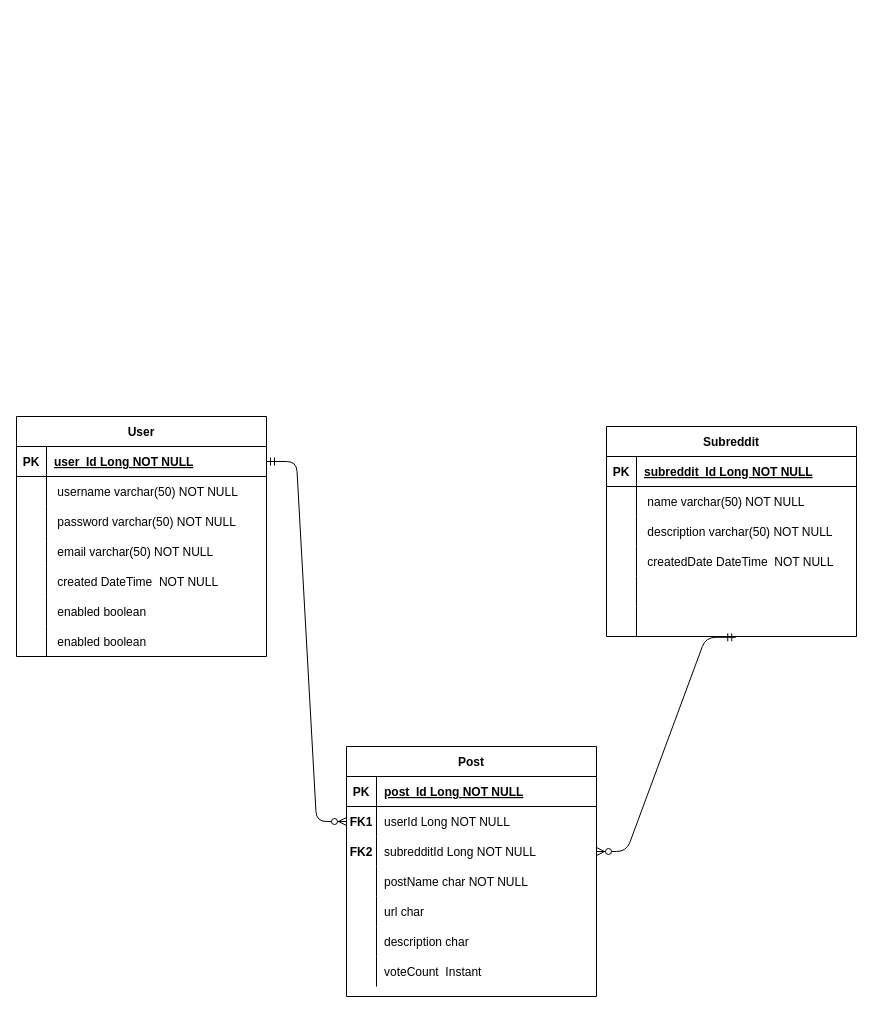
The draw.io diagram Database Design.drawio in sasikumar6795/RedditClone, before the edit. Source tidied: cells renumbered, new cells numbered last; positions are measured from the earlier drawing's top-left corner, leaving out a move shared by most shapes. Both pictures are drawn from the tidied source at 100%, with x=0, y=0 at pixel (16, 416).
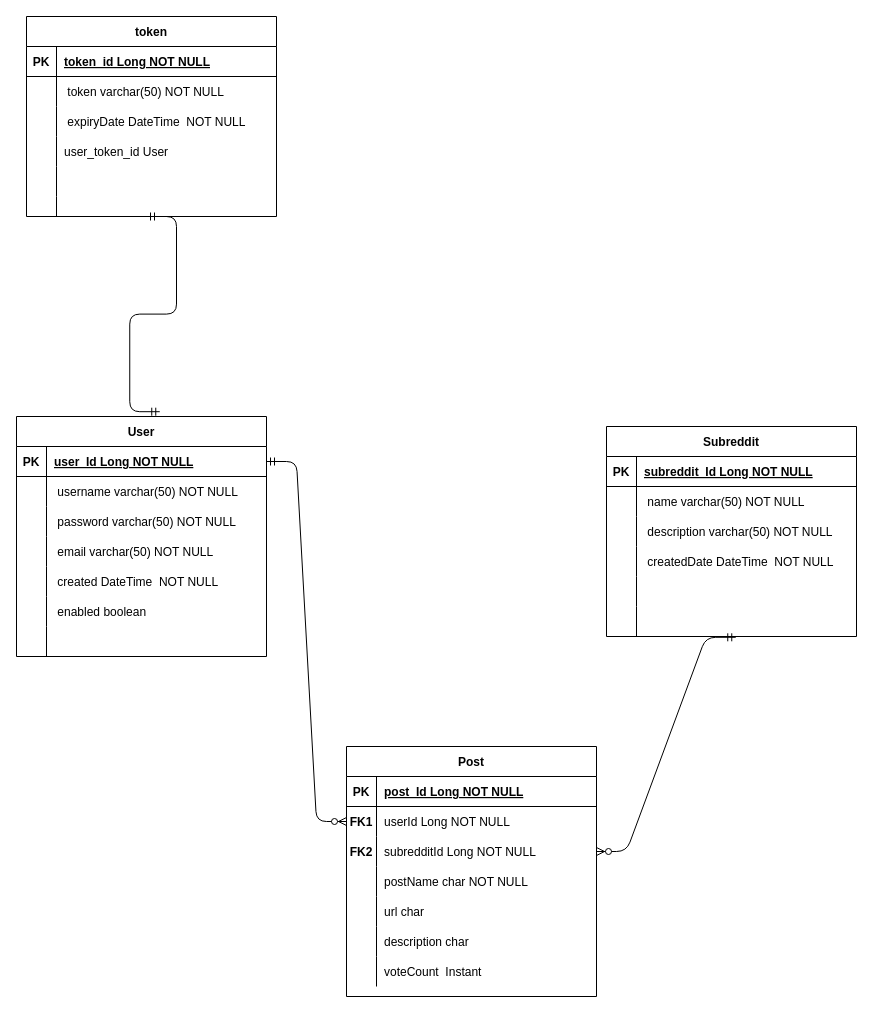
The same diagram, later.

Commit message (it also covers changes not shown here):
Model- token, vote

Unchanged cells that the change refers to:
```xml
<mxCell id="25" value="User" style="shape=table;startSize=30;childLayout=tableLayout;rowLines=0;fontStyle=1;align=center;" parent="1" vertex="1">
  <mxGeometry width="250" height="240" as="geometry" />
</mxCell>
<mxCell id="44" style="shape=partialRectangle;fillColor=none;top=0;left=0;right=0;bottom=0;" parent="25" vertex="1">
  <mxGeometry y="210" width="250" height="30" as="geometry" />
</mxCell>
```

Diff of the diagram source:
```diff
@@
-    <mxCell id="46" value=" enabled boolean  " style="shape=partialRectangle;overflow=hidden;fillColor=none;top=0;left=0;bottom=0;right=0;align=left;spacingLeft=6;" parent="44" vertex="1">
+    <mxCell id="46" style="shape=partialRectangle;overflow=hidden;fillColor=none;top=0;left=0;bottom=0;right=0;align=left;spacingLeft=6;" parent="44" vertex="1">
       <mxGeometry x="30" width="220" height="30" as="geometry" />
     </mxCell>
@@
+    <mxCell id="67" value="token" style="shape=table;startSize=30;childLayout=tableLayout;rowLines=0;fontStyle=1;align=center;" parent="1" vertex="1">
+      <mxGeometry x="10" y="-400" width="250" height="200" as="geometry" />
+    </mxCell>
+    <mxCell id="68" style="shape=partialRectangle;fillColor=none;top=0;left=0;right=0;bottom=1;" parent="67" vertex="1">
+      <mxGeometry y="30" width="250" height="30" as="geometry" />
+    </mxCell>
+    <mxCell id="69" value="PK" style="shape=partialRectangle;overflow=hidden;fillColor=none;top=0;left=0;bottom=0;right=0;fontStyle=1;" parent="68" vertex="1">
+      <mxGeometry width="30" height="30" as="geometry" />
+    </mxCell>
+    <mxCell id="70" value="token_id Long NOT NULL " style="shape=partialRectangle;overflow=hidden;fillColor=none;top=0;left=0;bottom=0;right=0;align=left;spacingLeft=6;fontStyle=5;" parent="68" vertex="1">
+      <mxGeometry x="30" width="220" height="30" as="geometry" />
+    </mxCell>
+    <mxCell id="71" style="shape=partialRectangle;fillColor=none;top=0;left=0;right=0;bottom=0;" parent="67" vertex="1">
+      <mxGeometry y="60" width="250" height="30" as="geometry" />
+    </mxCell>
+    <mxCell id="72" style="shape=partialRectangle;overflow=hidden;fillColor=none;top=0;left=0;bottom=0;right=0;" parent="71" vertex="1">
+      <mxGeometry width="30" height="30" as="geometry" />
+    </mxCell>
+    <mxCell id="73" value=" token varchar(50) NOT NULL" style="shape=partialRectangle;overflow=hidden;fillColor=none;top=0;left=0;bottom=0;right=0;align=left;spacingLeft=6;" parent="71" vertex="1">
+      <mxGeometry x="30" width="220" height="30" as="geometry" />
+    </mxCell>
+    <mxCell id="74" style="shape=partialRectangle;fillColor=none;top=0;left=0;right=0;bottom=0;" parent="67" vertex="1">
+      <mxGeometry y="90" width="250" height="30" as="geometry" />
+    </mxCell>
+    <mxCell id="75" style="shape=partialRectangle;overflow=hidden;fillColor=none;top=0;left=0;bottom=0;right=0;" parent="74" vertex="1">
+      <mxGeometry width="30" height="30" as="geometry" />
+    </mxCell>
+    <mxCell id="76" value=" expiryDate DateTime  NOT NULL" style="shape=partialRectangle;overflow=hidden;fillColor=none;top=0;left=0;bottom=0;right=0;align=left;spacingLeft=6;" parent="74" vertex="1">
+      <mxGeometry x="30" width="220" height="30" as="geometry" />
+    </mxCell>
+    <mxCell id="77" style="shape=partialRectangle;fillColor=none;top=0;left=0;right=0;bottom=0;" parent="67" vertex="1">
+      <mxGeometry y="120" width="250" height="30" as="geometry" />
+    </mxCell>
+    <mxCell id="78" style="shape=partialRectangle;overflow=hidden;fillColor=none;top=0;left=0;bottom=0;right=0;" parent="77" vertex="1">
+      <mxGeometry width="30" height="30" as="geometry" />
+    </mxCell>
+    <mxCell id="79" value="user_token_id User " style="shape=partialRectangle;overflow=hidden;fillColor=none;top=0;left=0;bottom=0;right=0;align=left;spacingLeft=6;" parent="77" vertex="1">
+      <mxGeometry x="30" width="220" height="30" as="geometry" />
+    </mxCell>
+    <mxCell id="80" style="shape=partialRectangle;fillColor=none;top=0;left=0;right=0;bottom=0;" parent="67" vertex="1">
+      <mxGeometry y="150" width="250" height="30" as="geometry" />
+    </mxCell>
+    <mxCell id="81" style="shape=partialRectangle;overflow=hidden;fillColor=none;top=0;left=0;bottom=0;right=0;" parent="80" vertex="1">
+      <mxGeometry width="30" height="30" as="geometry" />
+    </mxCell>
+    <mxCell id="82" style="shape=partialRectangle;overflow=hidden;fillColor=none;top=0;left=0;bottom=0;right=0;align=left;spacingLeft=6;" parent="80" vertex="1">
+      <mxGeometry x="30" width="220" height="30" as="geometry" />
+    </mxCell>
+    <mxCell id="83" style="shape=partialRectangle;fillColor=none;top=0;left=0;right=0;bottom=0;" parent="67" vertex="1">
+      <mxGeometry y="180" width="250" height="20" as="geometry" />
+    </mxCell>
+    <mxCell id="84" style="shape=partialRectangle;overflow=hidden;fillColor=none;top=0;left=0;bottom=0;right=0;" parent="83" vertex="1">
+      <mxGeometry width="30" height="20" as="geometry" />
+    </mxCell>
+    <mxCell id="85" style="shape=partialRectangle;overflow=hidden;fillColor=none;top=0;left=0;bottom=0;right=0;align=left;spacingLeft=6;" parent="83" vertex="1">
+      <mxGeometry x="30" width="220" height="20" as="geometry" />
+    </mxCell>
+    <mxCell id="86" style="edgeStyle=entityRelationEdgeStyle;endArrow=ERmandOne;startArrow=ERmandOne;endFill=0;startFill=0;entryX=0.573;entryY=-0.02;entryDx=0;entryDy=0;entryPerimeter=0;" parent="1" edge="1" target="25">
+      <mxGeometry relative="1" as="geometry">
+        <mxPoint x="130" y="-200" as="sourcePoint" />
+      </mxGeometry>
+    </mxCell>
```
